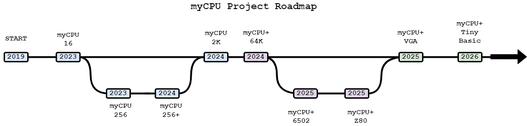
mylabpcb/myCPU keeps this draw.io diagram as img/mycpu/diagrams/mycpu_roadmap.png. Above is the earlier version. Source tidied: cells renumbered, new cells last; positions are measured from the earlier drawing's top-left corner, leaving out a move shared by most shapes.
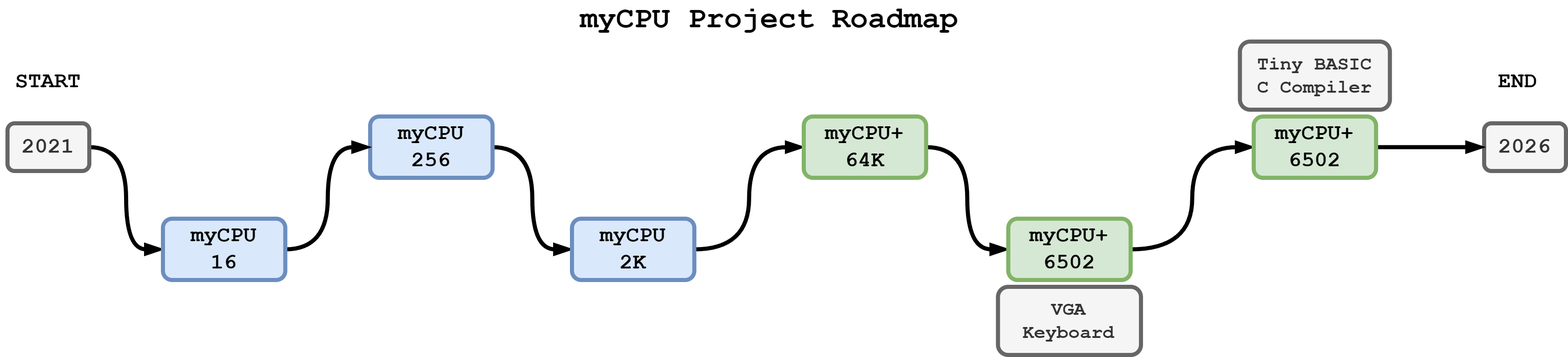
Above is the later version.

The edit, as a diff of the source:
```diff
@@ -3,167 +3,64 @@
     <mxCell id="0" />
     <mxCell id="1" parent="0" />
     <mxCell id="2" value="myCPU Project Roadmap" style="text;html=1;strokeColor=none;fillColor=none;align=center;verticalAlign=middle;whiteSpace=wrap;rounded=0;fontFamily=Courier New;fontSize=22;fontColor=default;fontStyle=1;labelBackgroundColor=none;" parent="1" vertex="1">
-      <mxGeometry x="393.5" width="330" height="30" as="geometry" />
+      <mxGeometry x="399" y="20" width="330" height="30" as="geometry" />
     </mxCell>
-    <mxCell id="3" style="edgeStyle=orthogonalEdgeStyle;curved=1;rounded=0;orthogonalLoop=1;jettySize=auto;html=1;endArrow=none;endFill=0;strokeWidth=4;fontFamily=Courier New;fontSize=16;fontStyle=1;exitX=1;exitY=0.5;exitDx=0;exitDy=0;exitPerimeter=0;entryX=0;entryY=0.5;entryDx=0;entryDy=0;entryPerimeter=0;" parent="1" edge="1">
-      <mxGeometry relative="1" as="geometry">
-        <mxPoint x="809" y="205" as="sourcePoint" />
-        <mxPoint x="889" y="125" as="targetPoint" />
-        <Array as="points">
-          <mxPoint x="839" y="205" />
-          <mxPoint x="839" y="125" />
-        </Array>
-      </mxGeometry>
-    </mxCell>
-    <mxCell id="4" style="edgeStyle=orthogonalEdgeStyle;rounded=0;html=1;jettySize=auto;plain-blue;endArrow=none;endFill=0;strokeWidth=4;strokeColor=#000000;entryX=0;entryY=0.5;entryDx=0;entryDy=0;" parent="1" edge="1" target="29">
-      <mxGeometry x="194.5" y="175" as="geometry">
-        <mxPoint x="173.5" y="125" as="sourcePoint" />
-      </mxGeometry>
-    </mxCell>
-    <mxCell id="5" style="edgeStyle=orthogonalEdgeStyle;curved=1;rounded=0;orthogonalLoop=1;jettySize=auto;html=1;endArrow=none;endFill=0;strokeWidth=4;fontFamily=Courier New;fontSize=16;" parent="1" edge="1">
-      <mxGeometry relative="1" as="geometry">
-        <mxPoint x="579" y="125" as="sourcePoint" />
-        <mxPoint x="889" y="125" as="targetPoint" />
-      </mxGeometry>
-    </mxCell>
-    <mxCell id="6" style="edgeStyle=orthogonalEdgeStyle;curved=1;rounded=0;orthogonalLoop=1;jettySize=auto;html=1;endArrow=none;endFill=0;strokeWidth=4;fontFamily=Courier New;fontSize=16;" parent="1" edge="1">
-      <mxGeometry relative="1" as="geometry">
-        <mxPoint x="463.5" y="125" as="sourcePoint" />
-        <mxPoint x="549" y="125" as="targetPoint" />
-      </mxGeometry>
-    </mxCell>
-    <mxCell id="7" style="edgeStyle=orthogonalEdgeStyle;rounded=0;html=1;jettySize=auto;orthogonalLoop=1;strokeWidth=4;endArrow=none;endFill=0;" parent="1" edge="1">
-      <mxGeometry x="94.5" y="175" as="geometry">
-        <mxPoint x="29" y="125" as="sourcePoint" />
-        <mxPoint x="143.5" y="125" as="targetPoint" />
-      </mxGeometry>
-    </mxCell>
-    <mxCell id="8" style="edgeStyle=orthogonalEdgeStyle;curved=1;rounded=0;html=1;exitX=1;exitY=0.5;exitPerimeter=0;endArrow=none;endFill=0;jettySize=auto;orthogonalLoop=1;strokeWidth=4;fontSize=15;" parent="1" edge="1">
-      <mxGeometry relative="1" as="geometry">
-        <mxPoint x="246.5" y="205" as="sourcePoint" />
-        <mxPoint x="329" y="205" as="targetPoint" />
-      </mxGeometry>
-    </mxCell>
-    <mxCell id="9" style="edgeStyle=orthogonalEdgeStyle;curved=1;rounded=0;html=1;exitX=1;exitY=0.5;exitPerimeter=0;entryX=0.101;entryY=0.5;entryPerimeter=0;endArrow=none;endFill=0;jettySize=auto;strokeWidth=4;fontSize=15;entryDx=0;entryDy=0;" parent="1" edge="1" target="27">
-      <mxGeometry relative="1" as="geometry">
-        <mxPoint x="173.5" y="125" as="sourcePoint" />
-        <Array as="points">
-          <mxPoint x="199" y="125" />
-          <mxPoint x="199" y="205" />
-        </Array>
-      </mxGeometry>
-    </mxCell>
-    <mxCell id="10" style="edgeStyle=orthogonalEdgeStyle;curved=1;rounded=0;html=1;exitX=1;exitY=0.5;exitPerimeter=0;entryX=0;entryY=0.5;entryPerimeter=0;endArrow=none;endFill=0;jettySize=auto;orthogonalLoop=1;strokeWidth=4;fontSize=15;" parent="1" edge="1">
-      <mxGeometry relative="1" as="geometry">
-        <mxPoint x="318.5" y="205" as="sourcePoint" />
-        <mxPoint x="361.5" y="205" as="targetPoint" />
-      </mxGeometry>
-    </mxCell>
-    <mxCell id="11" style="edgeStyle=orthogonalEdgeStyle;curved=1;rounded=0;html=1;exitX=1;exitY=0.5;exitPerimeter=0;entryX=0;entryY=0.5;endArrow=none;endFill=0;jettySize=auto;strokeWidth=4;fontSize=15;entryDx=0;entryDy=0;" parent="1" edge="1" target="29">
-      <mxGeometry relative="1" as="geometry">
-        <mxPoint x="391.5" y="205" as="sourcePoint" />
-        <Array as="points">
-          <mxPoint x="420" y="205" />
-          <mxPoint x="420" y="125" />
-        </Array>
-      </mxGeometry>
-    </mxCell>
-    <mxCell id="12" value="myCPU&lt;br&gt;16" style="text;html=1;strokeColor=none;fillColor=none;align=center;verticalAlign=middle;whiteSpace=wrap;overflow=hidden;fontSize=16;fontStyle=1;fontFamily=Courier New;" parent="1" vertex="1">
-      <mxGeometry x="114.5" y="65" width="70" height="40" as="geometry" />
-    </mxCell>
-    <mxCell id="13" style="edgeStyle=orthogonalEdgeStyle;curved=1;rounded=0;orthogonalLoop=1;jettySize=auto;html=1;endArrow=none;endFill=0;strokeWidth=4;fontFamily=Courier New;fontSize=16;entryX=0;entryY=0.5;entryDx=0;entryDy=0;entryPerimeter=0;" parent="1" edge="1">
-      <mxGeometry relative="1" as="geometry">
-        <mxPoint x="689" y="205" as="sourcePoint" />
-        <mxPoint x="779" y="205" as="targetPoint" />
-      </mxGeometry>
-    </mxCell>
-    <mxCell id="14" style="edgeStyle=orthogonalEdgeStyle;curved=1;rounded=0;orthogonalLoop=1;jettySize=auto;html=1;endArrow=none;endFill=0;strokeWidth=4;fontFamily=Courier New;fontSize=16;entryX=0;entryY=0.5;entryDx=0;entryDy=0;entryPerimeter=0;" parent="1" edge="1">
-      <mxGeometry relative="1" as="geometry">
-        <mxPoint x="579" y="125" as="sourcePoint" />
-        <mxPoint x="659" y="205" as="targetPoint" />
-        <Array as="points">
-          <mxPoint x="609" y="125" />
-          <mxPoint x="609" y="205" />
-        </Array>
-      </mxGeometry>
-    </mxCell>
-    <mxCell id="15" value="myCPU &lt;br style=&quot;font-size: 16px;&quot;&gt;256" style="text;html=1;strokeColor=none;fillColor=none;align=center;verticalAlign=middle;whiteSpace=wrap;overflow=hidden;fontSize=16;fontStyle=1;fontFamily=Courier New;" parent="1" vertex="1">
-      <mxGeometry x="219" y="220" width="92.5" height="45" as="geometry" />
-    </mxCell>
-    <mxCell id="16" value="myCPU &lt;br style=&quot;font-size: 16px;&quot;&gt;2K" style="text;html=1;strokeColor=none;fillColor=none;align=center;verticalAlign=middle;whiteSpace=wrap;overflow=hidden;fontSize=16;fontStyle=1;fontFamily=Courier New;" parent="1" vertex="1">
-      <mxGeometry x="428.8" y="60" width="92.5" height="45" as="geometry" />
-    </mxCell>
-    <mxCell id="17" value="myCPU+&lt;br&gt;64K" style="text;html=1;strokeColor=none;fillColor=none;align=center;verticalAlign=middle;whiteSpace=wrap;overflow=hidden;fontSize=16;fontStyle=1;fontFamily=Courier New;" parent="1" vertex="1">
-      <mxGeometry x="529" y="60" width="70" height="41" as="geometry" />
-    </mxCell>
-    <mxCell id="18" style="shape=flexArrow;endArrow=classic;html=1;rounded=0;fontFamily=Courier New;fontSize=16;labelBackgroundColor=#000000;labelBorderColor=none;fontColor=default;fillColor=#000000;" parent="1" edge="1">
-      <mxGeometry relative="1" as="geometry">
-        <mxPoint x="1079" y="124.3" as="sourcePoint" />
-        <mxPoint x="1159" y="124.3" as="targetPoint" />
-        <Array as="points">
-          <mxPoint x="1119" y="124.3" />
-        </Array>
-      </mxGeometry>
-    </mxCell>
-    <mxCell id="19" value="myCPU &lt;br style=&quot;font-size: 16px;&quot;&gt;256+" style="text;html=1;strokeColor=none;fillColor=none;align=center;verticalAlign=middle;whiteSpace=wrap;overflow=hidden;fontSize=16;fontStyle=1;fontFamily=Courier New;" parent="1" vertex="1">
-      <mxGeometry x="330.2" y="220" width="92.5" height="45" as="geometry" />
-    </mxCell>
-    <mxCell id="20" style="edgeStyle=orthogonalEdgeStyle;orthogonalLoop=1;jettySize=auto;html=1;labelBackgroundColor=#000000;labelBorderColor=none;fontFamily=Courier New;fontSize=22;fontColor=default;startArrow=none;startFill=0;endArrow=none;endFill=0;strokeWidth=4;fillColor=#000000;curved=1;" parent="1" edge="1">
-      <mxGeometry relative="1" as="geometry">
-        <mxPoint x="919" y="125" as="sourcePoint" />
-        <mxPoint x="1019" y="125" as="targetPoint" />
-      </mxGeometry>
-    </mxCell>
-    <mxCell id="21" value="myCPU+&lt;br&gt;6502" style="text;html=1;strokeColor=none;fillColor=none;align=center;verticalAlign=middle;whiteSpace=wrap;overflow=hidden;fontSize=16;fontStyle=1;fontFamily=Courier New;" parent="1" vertex="1">
-      <mxGeometry x="628" y="235" width="70" height="41" as="geometry" />
-    </mxCell>
-    <mxCell id="22" style="edgeStyle=orthogonalEdgeStyle;curved=1;orthogonalLoop=1;jettySize=auto;html=1;labelBackgroundColor=default;labelBorderColor=none;fontFamily=Courier New;fontSize=22;fontColor=default;startArrow=none;startFill=0;endArrow=none;endFill=0;strokeColor=default;strokeWidth=4;fillColor=#000000;" parent="1" edge="1">
-      <mxGeometry relative="1" as="geometry">
-        <mxPoint x="1049" y="125" as="sourcePoint" />
-        <mxPoint x="1104" y="125" as="targetPoint" />
-      </mxGeometry>
-    </mxCell>
-    <mxCell id="23" value="myCPU+&lt;br&gt;Z80" style="text;html=1;strokeColor=none;fillColor=none;align=center;verticalAlign=middle;whiteSpace=wrap;overflow=hidden;fontSize=16;fontStyle=1;fontFamily=Courier New;" parent="1" vertex="1">
-      <mxGeometry x="759" y="235" width="70" height="41" as="geometry" />
-    </mxCell>
-    <mxCell id="24" value="myCPU+&lt;br&gt;VGA" style="text;html=1;strokeColor=none;fillColor=none;align=center;verticalAlign=middle;whiteSpace=wrap;overflow=hidden;fontSize=16;fontStyle=1;fontFamily=Courier New;" parent="1" vertex="1">
-      <mxGeometry x="869" y="60" width="70" height="41" as="geometry" />
-    </mxCell>
-    <mxCell id="25" value="myCPU+&lt;br&gt;Tiny Basic" style="text;html=1;strokeColor=none;fillColor=none;align=center;verticalAlign=middle;whiteSpace=wrap;overflow=hidden;fontSize=16;fontStyle=1;fontFamily=Courier New;" parent="1" vertex="1">
-      <mxGeometry x="999" y="40" width="70" height="60" as="geometry" />
-    </mxCell>
-    <mxCell id="26" value="2023" style="rounded=1;whiteSpace=wrap;html=1;labelBackgroundColor=none;fontFamily=Courier New;fontSize=16;strokeColor=#000000;strokeWidth=3;fillColor=#dae8fc;fontStyle=1;" parent="1" vertex="1">
-      <mxGeometry x="123.5" y="115" width="52" height="20" as="geometry" />
-    </mxCell>
-    <mxCell id="27" value="2023" style="rounded=1;whiteSpace=wrap;html=1;labelBackgroundColor=none;fontFamily=Courier New;fontSize=16;strokeColor=#000000;strokeWidth=3;fillColor=#dae8fc;fontStyle=1;" parent="1" vertex="1">
-      <mxGeometry x="234" y="195" width="52" height="20" as="geometry" />
-    </mxCell>
-    <mxCell id="28" value="2024" style="rounded=1;whiteSpace=wrap;html=1;labelBackgroundColor=none;fontFamily=Courier New;fontSize=16;strokeColor=#000000;strokeWidth=3;fillColor=#dae8fc;fontStyle=1;arcSize=16;" parent="1" vertex="1">
-      <mxGeometry x="341.5" y="195" width="52" height="20" as="geometry" />
-    </mxCell>
-    <mxCell id="29" value="2024" style="rounded=1;whiteSpace=wrap;html=1;labelBackgroundColor=none;fontFamily=Courier New;fontSize=16;strokeColor=#000000;strokeWidth=3;fillColor=#dae8fc;fontStyle=1;" parent="1" vertex="1">
-      <mxGeometry x="449" y="115" width="52" height="20" as="geometry" />
-    </mxCell>
-    <mxCell id="30" value="2024" style="rounded=1;whiteSpace=wrap;html=1;labelBackgroundColor=none;fontFamily=Courier New;fontSize=16;strokeColor=#000000;strokeWidth=3;fillColor=#e1d5e7;fontStyle=1;" parent="1" vertex="1">
-      <mxGeometry x="537" y="115" width="52" height="20" as="geometry" />
-    </mxCell>
-    <mxCell id="31" value="2025" style="rounded=1;whiteSpace=wrap;html=1;labelBackgroundColor=none;fontFamily=Courier New;fontSize=16;strokeColor=#000000;strokeWidth=3;fillColor=#e1d5e7;fontStyle=1;arcSize=23;" parent="1" vertex="1">
-      <mxGeometry x="646" y="195" width="52" height="20" as="geometry" />
-    </mxCell>
-    <mxCell id="32" value="2025" style="rounded=1;whiteSpace=wrap;html=1;labelBackgroundColor=none;fontFamily=Courier New;fontSize=16;strokeColor=#000000;strokeWidth=3;fillColor=#e1d5e7;fontStyle=1;" parent="1" vertex="1">
-      <mxGeometry x="759" y="195" width="52" height="20" as="geometry" />
-    </mxCell>
-    <mxCell id="33" value="2025" style="rounded=1;whiteSpace=wrap;html=1;labelBackgroundColor=none;fontFamily=Courier New;fontSize=16;strokeColor=#000000;strokeWidth=3;fillColor=#d5e8d4;fontStyle=1;" parent="1" vertex="1">
-      <mxGeometry x="878" y="115" width="52" height="20" as="geometry" />
-    </mxCell>
-    <mxCell id="34" value="2026" style="rounded=1;whiteSpace=wrap;html=1;labelBackgroundColor=none;fontFamily=Courier New;fontSize=16;strokeColor=#000000;strokeWidth=3;fillColor=#d5e8d4;fontStyle=1;" parent="1" vertex="1">
-      <mxGeometry x="1008" y="115" width="52" height="20" as="geometry" />
-    </mxCell>
+    <mxCell id="37" style="edgeStyle=orthogonalEdgeStyle;rounded=0;jettySize=auto;html=1;strokeWidth=3;endArrow=blockThin;endFill=1;curved=1;entryX=0;entryY=0.5;entryDx=0;entryDy=0;" parent="1" edge="1" source="35" target="12">
+      <mxGeometry relative="1" as="geometry" />
+    </mxCell>
-    <mxCell id="35" value="2019" style="rounded=1;whiteSpace=wrap;html=1;labelBackgroundColor=none;fontFamily=Courier New;fontSize=16;strokeColor=#000000;strokeWidth=3;fillColor=#dae8fc;fontStyle=1;" parent="1" vertex="1">
-      <mxGeometry x="9" y="115" width="52" height="20" as="geometry" />
+    <mxCell id="35" value="2021" style="rounded=1;whiteSpace=wrap;html=1;labelBackgroundColor=none;fontFamily=Courier New;fontSize=16;strokeColor=#666666;strokeWidth=3;fillColor=#f5f5f5;fontStyle=1;fontColor=#333333;" parent="1" vertex="1">
+      <mxGeometry x="5" y="110" width="60" height="35" as="geometry" />
     </mxCell>
     <mxCell id="36" value="START" style="text;html=1;strokeColor=none;fillColor=none;align=center;verticalAlign=middle;whiteSpace=wrap;overflow=hidden;fontSize=16;fontStyle=1;fontFamily=Courier New;" parent="1" vertex="1">
-      <mxGeometry y="65" width="70" height="40" as="geometry" />
+      <mxGeometry y="60" width="70" height="40" as="geometry" />
     </mxCell>
+    <mxCell id="38" style="edgeStyle=orthogonalEdgeStyle;rounded=0;jettySize=auto;html=1;strokeWidth=3;endArrow=blockThin;endFill=1;curved=1;entryX=0;entryY=0.5;entryDx=0;entryDy=0;" parent="1" edge="1" source="27" target="16">
+      <mxGeometry relative="1" as="geometry" />
+    </mxCell>
+    <mxCell id="27" value="myCPU&lt;div&gt;256&lt;/div&gt;" style="rounded=1;whiteSpace=wrap;html=1;labelBackgroundColor=none;fontFamily=Courier New;fontSize=16;strokeColor=#6c8ebf;strokeWidth=3;fillColor=#dae8fc;fontStyle=1;" parent="1" vertex="1">
+      <mxGeometry x="271" y="105" width="89.8" height="45" as="geometry" />
+    </mxCell>
+    <mxCell id="39" style="edgeStyle=orthogonalEdgeStyle;rounded=0;jettySize=auto;html=1;strokeWidth=3;endArrow=blockThin;endFill=1;curved=1;entryX=0;entryY=0.5;entryDx=0;entryDy=0;" parent="1" edge="1" source="12" target="27">
+      <mxGeometry relative="1" as="geometry" />
+    </mxCell>
+    <mxCell id="12" value="myCPU&lt;div&gt;16&lt;/div&gt;" style="rounded=1;whiteSpace=wrap;html=1;labelBackgroundColor=none;fontFamily=Courier New;fontSize=16;strokeColor=#6c8ebf;strokeWidth=3;fillColor=#dae8fc;fontStyle=1;" parent="1" vertex="1">
+      <mxGeometry x="119" y="180" width="89.8" height="45" as="geometry" />
+    </mxCell>
+    <mxCell id="40" style="edgeStyle=orthogonalEdgeStyle;rounded=0;jettySize=auto;html=1;strokeWidth=3;endArrow=blockThin;endFill=1;curved=1;entryX=0;entryY=0.5;entryDx=0;entryDy=0;" parent="1" edge="1" source="16" target="17">
+      <mxGeometry relative="1" as="geometry" />
+    </mxCell>
+    <mxCell id="16" value="myCPU&lt;div&gt;2K&lt;/div&gt;" style="rounded=1;whiteSpace=wrap;html=1;labelBackgroundColor=none;fontFamily=Courier New;fontSize=16;strokeColor=#6c8ebf;strokeWidth=3;fillColor=#dae8fc;fontStyle=1;" parent="1" vertex="1">
+      <mxGeometry x="419" y="180" width="89.8" height="45" as="geometry" />
+    </mxCell>
+    <mxCell id="41" style="edgeStyle=orthogonalEdgeStyle;rounded=0;jettySize=auto;html=1;strokeWidth=3;endArrow=blockThin;endFill=1;curved=1;entryX=0;entryY=0.5;entryDx=0;entryDy=0;" parent="1" edge="1" source="17" target="43">
+      <mxGeometry relative="1" as="geometry" />
+    </mxCell>
+    <mxCell id="17" value="myCPU+&lt;div&gt;64K&lt;/div&gt;" style="rounded=1;whiteSpace=wrap;html=1;labelBackgroundColor=none;fontFamily=Courier New;fontSize=16;strokeColor=#82b366;strokeWidth=3;fillColor=#d5e8d4;fontStyle=1;" parent="1" vertex="1">
+      <mxGeometry x="589" y="105" width="89.8" height="45" as="geometry" />
+    </mxCell>
+    <mxCell id="42" style="edgeStyle=orthogonalEdgeStyle;rounded=0;jettySize=auto;html=1;strokeWidth=3;endArrow=blockThin;endFill=1;entryX=0;entryY=0.5;entryDx=0;entryDy=0;curved=1;" parent="1" edge="1" source="43" target="47">
+      <mxGeometry relative="1" as="geometry" />
+    </mxCell>
+    <mxCell id="43" value="myCPU+&lt;div&gt;6502&lt;/div&gt;" style="rounded=1;whiteSpace=wrap;html=1;labelBackgroundColor=none;fontFamily=Courier New;fontSize=16;strokeColor=#82b366;strokeWidth=3;fillColor=#d5e8d4;fontStyle=1;" parent="1" vertex="1">
+      <mxGeometry x="739" y="180" width="89.8" height="45" as="geometry" />
+    </mxCell>
+    <mxCell id="44" value="&lt;div style=&quot;font-size: 14px;&quot;&gt;Tiny BASIC&lt;/div&gt;&lt;div style=&quot;font-size: 14px;&quot;&gt;C Compiler&lt;/div&gt;" style="rounded=1;whiteSpace=wrap;html=1;labelBackgroundColor=none;fontFamily=Courier New;fontSize=14;strokeColor=#666666;strokeWidth=3;fillColor=#f5f5f5;fontStyle=1;fontColor=#333333;" parent="1" vertex="1">
+      <mxGeometry x="908.9" y="50" width="110" height="50" as="geometry" />
+    </mxCell>
+    <mxCell id="34" value="2026" style="rounded=1;whiteSpace=wrap;html=1;labelBackgroundColor=none;fontFamily=Courier New;fontSize=16;strokeColor=#666666;strokeWidth=3;fillColor=#f5f5f5;fontStyle=1;fontColor=#333333;" parent="1" vertex="1">
+      <mxGeometry x="1088" y="110" width="60" height="35" as="geometry" />
+    </mxCell>
+    <mxCell id="45" value="END" style="text;html=1;strokeColor=none;fillColor=none;align=center;verticalAlign=middle;whiteSpace=wrap;overflow=hidden;fontSize=16;fontStyle=1;fontFamily=Courier New;" parent="1" vertex="1">
+      <mxGeometry x="1078" y="60" width="70" height="40" as="geometry" />
+    </mxCell>
+    <mxCell id="46" style="edgeStyle=orthogonalEdgeStyle;rounded=0;jettySize=auto;html=1;strokeWidth=3;endArrow=blockThin;endFill=1;" parent="1" edge="1" source="47" target="34">
+      <mxGeometry relative="1" as="geometry" />
+    </mxCell>
+    <mxCell id="47" value="myCPU+&lt;div&gt;6502&lt;/div&gt;" style="rounded=1;whiteSpace=wrap;html=1;labelBackgroundColor=none;fontFamily=Courier New;fontSize=16;strokeColor=#82b366;strokeWidth=3;fillColor=#d5e8d4;fontStyle=1;" parent="1" vertex="1">
+      <mxGeometry x="919" y="105" width="89.8" height="45" as="geometry" />
+    </mxCell>
+    <mxCell id="48" value="&lt;div style=&quot;font-size: 14px;&quot;&gt;VGA&lt;/div&gt;&lt;div style=&quot;font-size: 14px;&quot;&gt;Keyboard&lt;/div&gt;" style="rounded=1;whiteSpace=wrap;html=1;labelBackgroundColor=none;fontFamily=Courier New;fontSize=12;strokeColor=#666666;strokeWidth=3;fillColor=#f5f5f5;fontStyle=1;fontColor=#333333;" parent="1" vertex="1">
+      <mxGeometry x="731.4" y="230" width="104.9" height="50" as="geometry" />
+    </mxCell>
   </root>
 </mxGraphModel>
```
